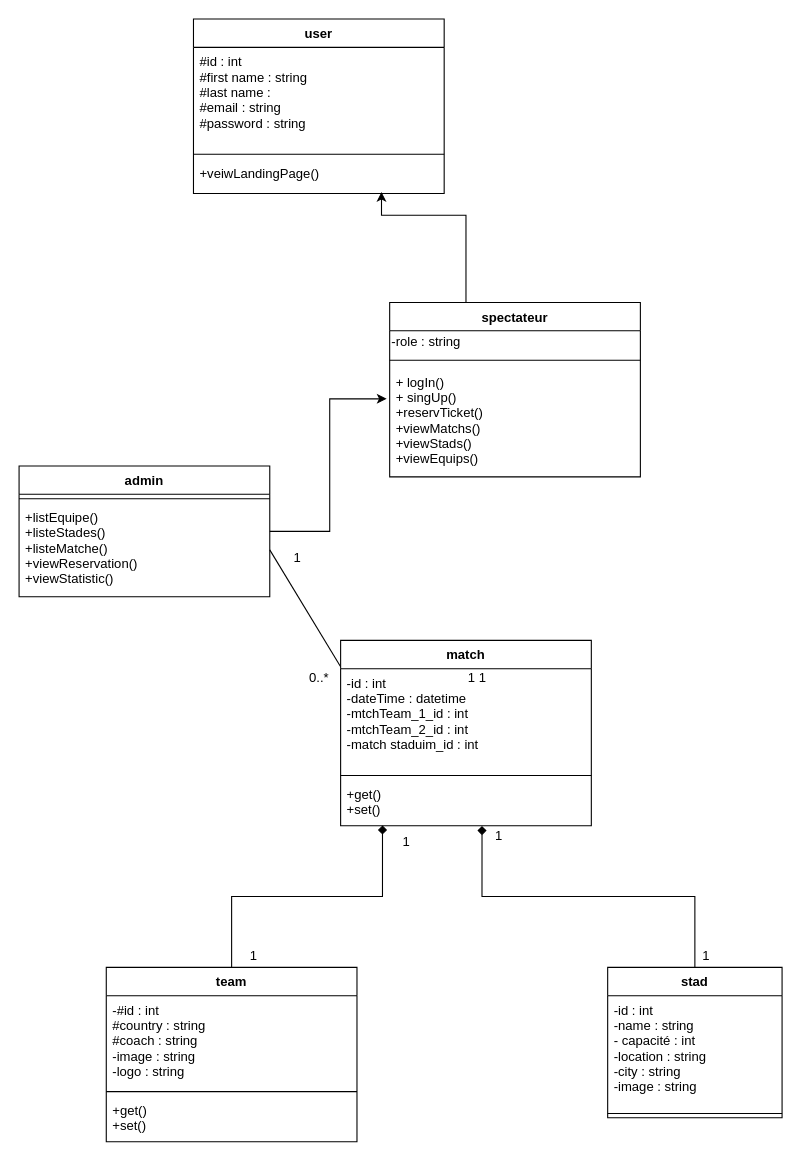
Earlier version of the draw.io diagram page "Page-1" (1 of 3) of UML/class diagram.drawio (ASMAEELKHIRAOUI/FIFA-WC-QATAR22). Source tidied: cells renumbered, new cells numbered last; positions are measured from the earlier drawing's top-left corner, leaving out a move shared by most shapes. Both pictures are drawn from the tidied source at 109%, with x=0, y=0 at pixel (19, 19).
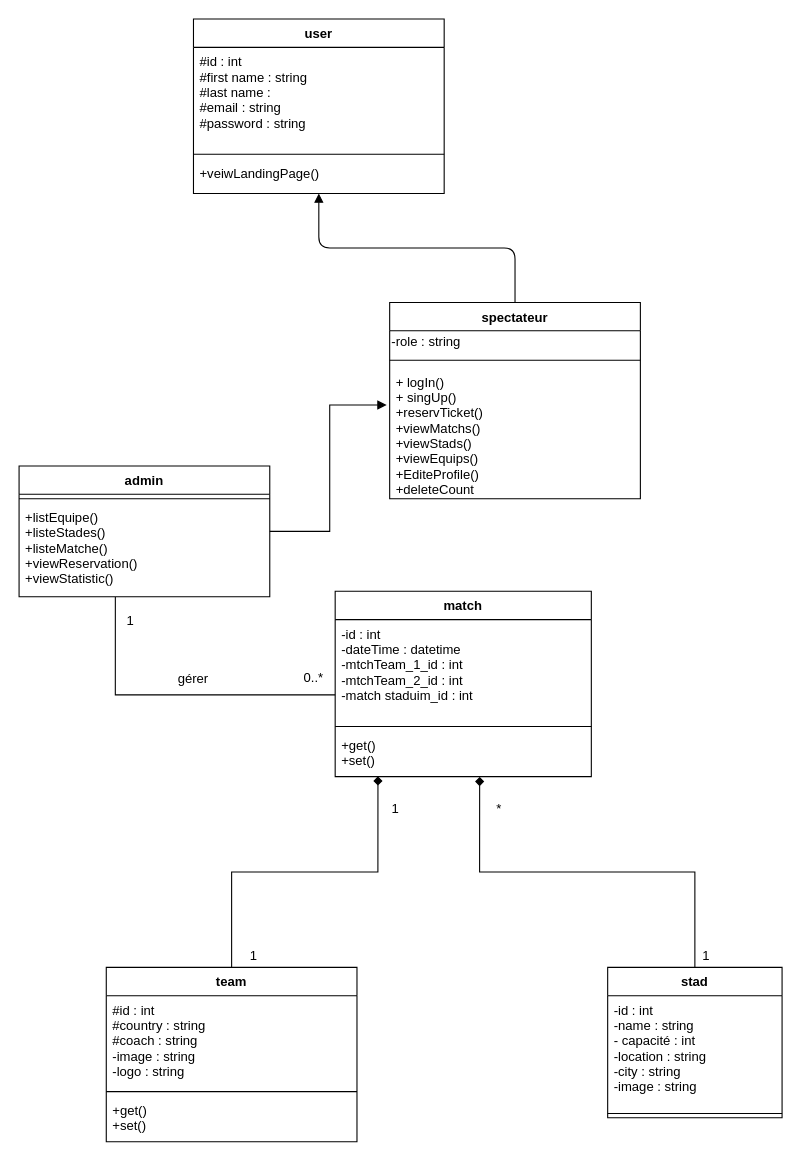
Above is the later version.

Commit message (it also covers changes not shown here):
sequence-user | classe | some modifications

The change refers to these unchanged cells:
```xml
<mxCell id="2" value="user" style="swimlane;fontStyle=1;align=center;verticalAlign=top;horizontal=1;startSize=26;" parent="1" vertex="1">
  <mxGeometry x="160" width="230" height="160" as="geometry" />
</mxCell>
<mxCell id="5" value="+veiwLandingPage()" style="text;strokeColor=none;fillColor=none;align=left;verticalAlign=top;spacingLeft=4;spacingRight=4;overflow=hidden;points=[[0,0.5],[1,0.5]];portConstraint=eastwest;" parent="2" vertex="1">
  <mxGeometry y="128" width="230" height="32" as="geometry" />
</mxCell>
<mxCell id="7" value="admin" style="swimlane;fontStyle=1;align=center;verticalAlign=top;horizontal=1;startSize=26;" parent="1" vertex="1">
  <mxGeometry y="410" width="230" height="120" as="geometry" />
</mxCell>
<mxCell id="9" value="+listEquipe()&#10;+listeStades()&#10;+listeMatche()&#10;+viewReservation()&#10;+viewStatistic()" style="text;strokeColor=none;fillColor=none;align=left;verticalAlign=top;spacingLeft=4;spacingRight=4;overflow=hidden;points=[[0,0.5],[1,0.5]];portConstraint=eastwest;" parent="7" vertex="1">
  <mxGeometry y="34" width="230" height="86" as="geometry" />
</mxCell>
<mxCell id="16" value="team" style="swimlane;fontStyle=1;align=center;verticalAlign=top;horizontal=1;startSize=26;" parent="1" vertex="1">
  <mxGeometry x="80" y="870" width="230" height="160" as="geometry" />
</mxCell>
```

The edit, as a diff of the source:
```diff
@@
-    <mxCell id="6" style="edgeStyle=orthogonalEdgeStyle;rounded=0;jettySize=auto;html=1;entryX=-0.012;entryY=0.284;entryDx=0;entryDy=0;entryPerimeter=0;" parent="1" edge="1" source="7" target="29">
+    <mxCell id="6" style="edgeStyle=orthogonalEdgeStyle;rounded=0;jettySize=auto;html=1;entryX=-0.012;entryY=0.284;entryDx=0;entryDy=0;entryPerimeter=0;endArrow=block;endFill=1;" parent="1" edge="1" source="7" target="29">
       <mxGeometry relative="1" as="geometry" />
     </mxCell>
@@
-    <mxCell id="10" style="endArrow=none;html=1;rounded=0;exitX=1;exitY=0.5;exitDx=0;exitDy=0;entryX=0;entryY=0.142;entryDx=0;entryDy=0;entryPerimeter=0;" parent="1" edge="1" source="9" target="20">
+    <mxCell id="10" style="endArrow=none;html=1;rounded=0;entryX=0;entryY=0.734;entryDx=0;entryDy=0;entryPerimeter=0;edgeStyle=orthogonalEdgeStyle;exitX=0.384;exitY=1.003;exitDx=0;exitDy=0;exitPerimeter=0;" parent="1" edge="1" source="9" target="21">
       <mxGeometry relative="1" as="geometry" />
     </mxCell>
-    <mxCell id="11" value="1 1" style="text;html=1;align=center;verticalAlign=middle;strokeColor=none;fillColor=none;" parent="1" vertex="1">
-      <mxGeometry x="400" y="590" width="40" height="30" as="geometry" />
-    </mxCell>
@@
     <mxCell id="13" value="0..*" style="text;html=1;align=center;verticalAlign=middle;strokeColor=none;fillColor=none;" parent="1" vertex="1">
-      <mxGeometry x="255" y="590" width="40" height="30" as="geometry" />
+      <mxGeometry x="250" y="590" width="40" height="30" as="geometry" />
     </mxCell>
     <mxCell id="14" value="1" style="text;html=1;align=center;verticalAlign=middle;strokeColor=none;fillColor=none;" parent="1" vertex="1">
-      <mxGeometry x="240" y="480" width="30" height="30" as="geometry" />
+      <mxGeometry x="87" y="537" width="30" height="30" as="geometry" />
     </mxCell>
@@
-    <mxCell id="17" value="-#id : int &#10;#country : string&#10;#coach : string&#10;-image : string&#10;-logo : string" style="text;strokeColor=none;fillColor=none;align=left;verticalAlign=top;spacingLeft=4;spacingRight=4;overflow=hidden;" parent="16" vertex="1">
+    <mxCell id="17" value="#id : int &#10;#country : string&#10;#coach : string&#10;-image : string&#10;-logo : string" style="text;strokeColor=none;fillColor=none;align=left;verticalAlign=top;spacingLeft=4;spacingRight=4;overflow=hidden;" parent="16" vertex="1">
       <mxGeometry y="26" width="230" height="84" as="geometry" />
     </mxCell>
@@
     <mxCell id="20" value="match" style="swimlane;fontStyle=1;align=center;verticalAlign=top;horizontal=1;startSize=26;" parent="1" vertex="1">
-      <mxGeometry x="295" y="570" width="230" height="170" as="geometry" />
+      <mxGeometry x="290" y="525" width="235" height="170" as="geometry" />
     </mxCell>
     <mxCell id="21" value="-id : int &#10;-dateTime : datetime&#10;-mtchTeam_1_id : int&#10;-mtchTeam_2_id : int&#10;-match staduim_id : int" style="text;strokeColor=none;fillColor=none;align=left;verticalAlign=top;spacingLeft=4;spacingRight=4;overflow=hidden;points=[[0,0.5],[1,0.5]];portConstraint=eastwest;" parent="20" vertex="1">
-      <mxGeometry y="26" width="230" height="94" as="geometry" />
+      <mxGeometry y="26" width="235" height="94" as="geometry" />
     </mxCell>
     <mxCell id="22" style="line;strokeWidth=1;fillColor=none;align=left;verticalAlign=middle;spacingTop=-1;spacingLeft=3;spacingRight=3;labelPosition=right;strokeColor=inherit;" parent="20" vertex="1">
-      <mxGeometry y="120" width="230" height="8" as="geometry" />
+      <mxGeometry y="120" width="235" height="8" as="geometry" />
     </mxCell>
     <mxCell id="23" value="+get()&#10;+set()" style="text;strokeColor=none;fillColor=none;align=left;verticalAlign=top;spacingLeft=4;spacingRight=4;overflow=hidden;points=[[0,0.5],[1,0.5]];portConstraint=eastwest;" parent="20" vertex="1">
-      <mxGeometry y="128" width="230" height="42" as="geometry" />
+      <mxGeometry y="128" width="235" height="42" as="geometry" />
     </mxCell>
     <mxCell id="24" value="1" style="text;html=1;align=center;verticalAlign=middle;strokeColor=none;fillColor=none;" parent="1" vertex="1">
-      <mxGeometry x="340" y="740" width="30" height="30" as="geometry" />
+      <mxGeometry x="330" y="710" width="30" height="30" as="geometry" />
     </mxCell>
-    <mxCell id="25" style="edgeStyle=orthogonalEdgeStyle;rounded=0;jettySize=auto;html=1;entryX=0.75;entryY=0.955;entryDx=0;entryDy=0;entryPerimeter=0;" parent="1" edge="1" source="26" target="5">
-      <mxGeometry relative="1" as="geometry">
-        <Array as="points">
-          <mxPoint x="410" y="180" />
-          <mxPoint x="332" y="180" />
-        </Array>
-      </mxGeometry>
-    </mxCell>
     <mxCell id="26" value="spectateur" style="swimlane;fontStyle=1;align=center;verticalAlign=top;horizontal=1;startSize=26;" parent="1" vertex="1">
-      <mxGeometry x="340" y="260" width="230" height="160" as="geometry" />
+      <mxGeometry x="340" y="260" width="230" height="180" as="geometry" />
     </mxCell>
@@
-    <mxCell id="29" value="+ logIn()&#10;+ singUp()&#10;+reservTicket()&#10;+viewMatchs()&#10;+viewStads()&#10;+viewEquips()&#10;" style="text;strokeColor=none;fillColor=none;align=left;verticalAlign=top;spacingLeft=4;spacingRight=4;overflow=hidden;points=[[0,0.5],[1,0.5]];portConstraint=eastwest;" parent="26" vertex="1">
-      <mxGeometry y="60" width="230" height="100" as="geometry" />
+    <mxCell id="29" value="+ logIn()&#10;+ singUp()&#10;+reservTicket()&#10;+viewMatchs()&#10;+viewStads()&#10;+viewEquips()&#10;+EditeProfile()&#10;+deleteCount&#10;" style="text;strokeColor=none;fillColor=none;align=left;verticalAlign=top;spacingLeft=4;spacingRight=4;overflow=hidden;points=[[0,0.5],[1,0.5]];portConstraint=eastwest;" parent="26" vertex="1">
+      <mxGeometry y="60" width="230" height="120" as="geometry" />
     </mxCell>
@@
-    <mxCell id="34" value="1" style="text;html=1;align=center;verticalAlign=middle;strokeColor=none;fillColor=none;" parent="1" vertex="1">
-      <mxGeometry x="425" y="735" width="30" height="30" as="geometry" />
+    <mxCell id="34" value="*" style="text;html=1;align=center;verticalAlign=middle;strokeColor=none;fillColor=none;" parent="1" vertex="1">
+      <mxGeometry x="430" y="715" width="20" height="20" as="geometry" />
     </mxCell>
@@
+    <mxCell id="37" style="endArrow=block;html=1;endFill=1;edgeStyle=orthogonalEdgeStyle;" parent="1" edge="1" source="26" target="2">
+      <mxGeometry relative="1" as="geometry" />
+    </mxCell>
+    <mxCell id="38" value="gérer" style="text;strokeColor=none;fillColor=none;align=left;verticalAlign=middle;spacingLeft=4;spacingRight=4;overflow=hidden;" parent="1" vertex="1">
+      <mxGeometry x="140" y="590" width="80" height="30" as="geometry" />
+    </mxCell>
```
